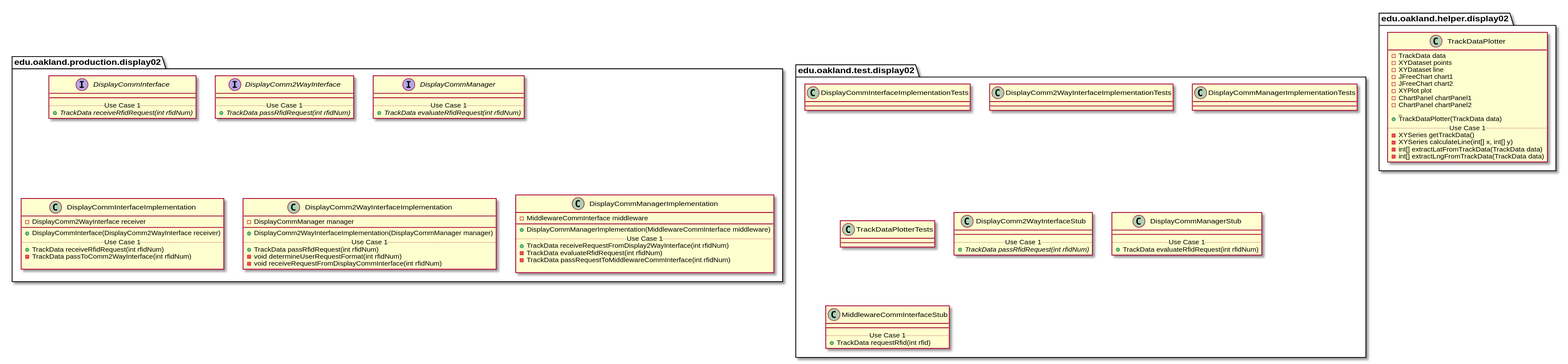
Before: docs/uml-class-diagrams/display02/Display02Packages.svg, a diagram exported from PlantUML (andrewdimmer/csi-3370-software-project).
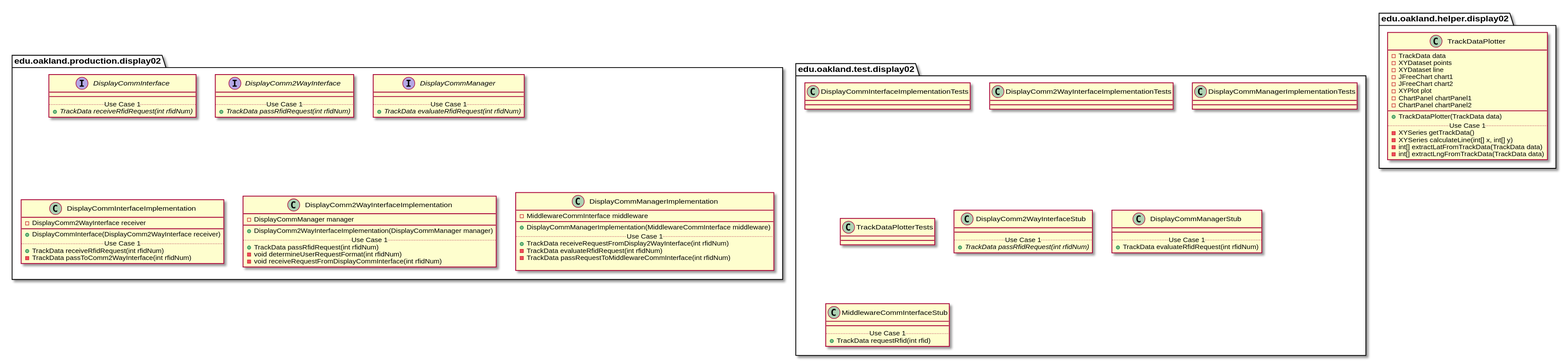
Above is the later version.

The edit, as a diff of the source:
```diff
@@ -41,7 +41,6 @@
         .. Use Case 1 ..
         + TrackData receiveRfidRequest(int rfidNum)
         - TrackData passToComm2WayInterface(int rfidNum)
-
     }
 }
 
@@ -150,7 +149,7 @@
         - XYPlot plot
         - ChartPanel chartPanel1
         - ChartPanel chartPanel2
-        _
+        __
         + TrackDataPlotter(TrackData data)
         .. Use Case 1 ..
         - XYSeries getTrackData()
```
